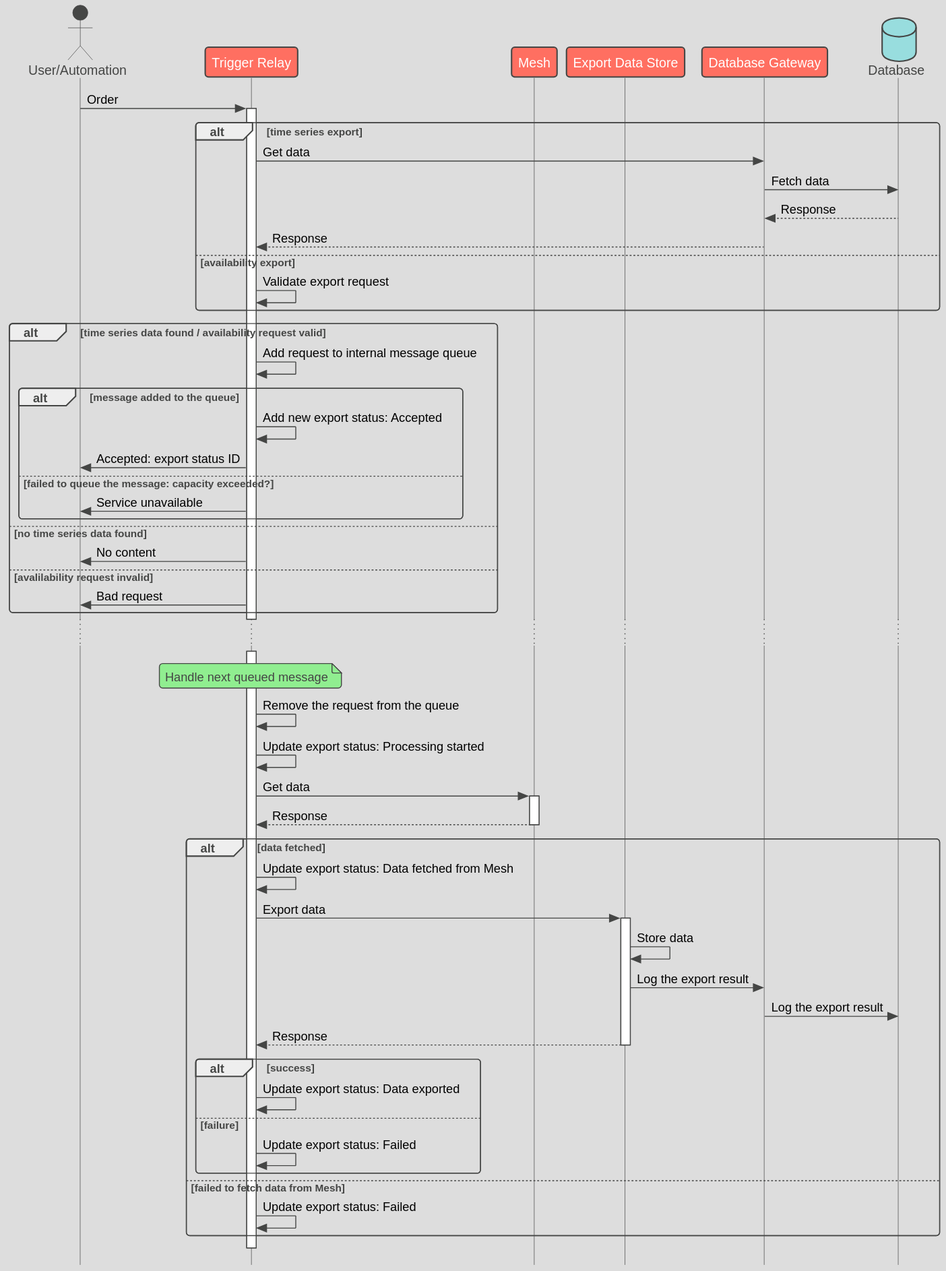
This is docs/mesh-data-transfer/general/docs/data-export.svg from jansvolue/energy-smp-docs, a PlantUML export, as it was before one commit.
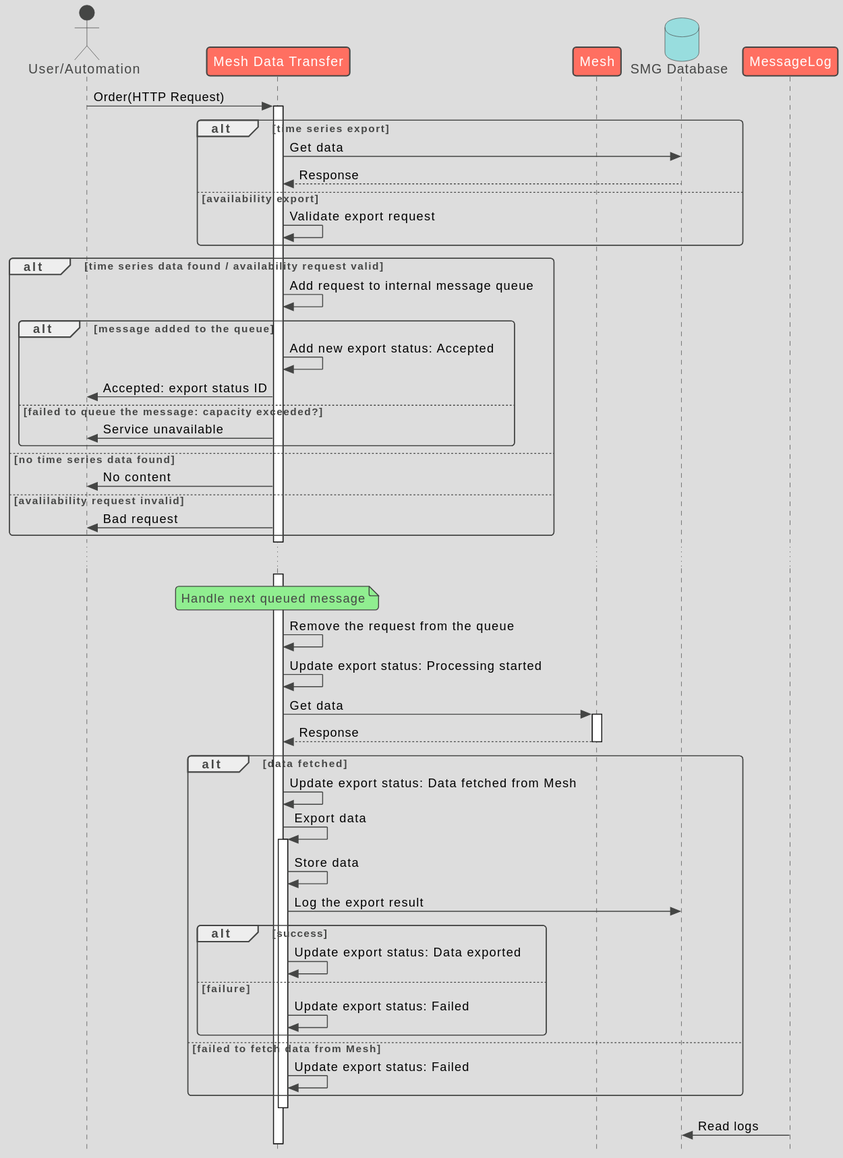
After the change.

The edit, as a diff of the source:
```diff
@@ -4,58 +4,57 @@
 skinparam style strictuml
 
 actor       "User/Automation" as User
-participant "Trigger Relay" as TR
+participant "Mesh Data Transfer" as MDT
 participant Mesh
-participant "Export Data Store" as EDS
-participant "Database Gateway" as DBGW
-database    Database as DB
+database    "SMG Database" as DB
+participant MessageLog as ML
 
-User -> TR++: Order
+User -> MDT++: Order(HTTP Request)
 alt time series export
-TR -> DBGW: Get data
-DBGW -> DB: Fetch data
-DB --> DBGW: Response
-DBGW --> TR: Response
+MDT -> DB: Get data
+DB --> MDT: Response
+
 else availability export
-TR -> TR: Validate export request
+MDT -> MDT: Validate export request
 end
 alt time series data found / availability request valid
-TR -> TR: Add request to internal message queue
+MDT -> MDT: Add request to internal message queue
 alt message added to the queue
-TR -> TR: Add new export status: Accepted
-TR -> User: Accepted: export status ID
+MDT -> MDT: Add new export status: Accepted
+MDT -> User: Accepted: export status ID
 else failed to queue the message: capacity exceeded?
-TR -> User: Service unavailable
+MDT -> User: Service unavailable
 end
 else no time series data found
-TR -> User: No content
+MDT -> User: No content
 else avalilability request invalid
-TR -> User: Bad request
+MDT -> User: Bad request
 end
-deactivate TR
+deactivate MDT
+
 
 ...
 
-User -[hidden]> TR++:
-Note over TR: Handle next queued message
-TR -> TR : Remove the request from the queue
-TR -> TR : Update export status: Processing started
-TR -> Mesh++ : Get data
-Mesh --> TR-- : Response
+User -[hidden]> MDT++:
+Note over MDT: Handle next queued message
+MDT -> MDT: Remove the request from the queue
+MDT -> MDT : Update export status: Processing started
+MDT -> Mesh++ : Get data
+Mesh --> MDT-- : Response
 alt data fetched
-TR -> TR : Update export status: Data fetched from Mesh
-TR -> EDS++ : Export data
-EDS -> EDS : Store data
-EDS -> DBGW : Log the export result
-DBGW -> DB : Log the export result
-EDS --> TR-- : Response
+MDT -> MDT : Update export status: Data fetched from Mesh
+MDT -> MDT++ : Export data
+MDT -> MDT : Store data
+MDT -> DB : Log the export result
 alt success
-TR -> TR: Update export status: Data exported
+MDT -> MDT: Update export status: Data exported
 else failure
-TR -> TR: Update export status: Failed
+MDT -> MDT: Update export status: Failed
 end
 else failed to fetch data from Mesh
-TR -> TR: Update export status: Failed
+MDT -> MDT: Update export status: Failed
 end
-TR -[hidden]> User--:
+MDT -[hidden]> User--:
+
+ML-> DB: Read logs
 @enduml
```
